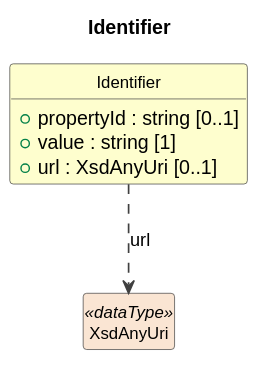
Above: cdif-uml-model/_plantuml/cdifCore/Classes/Identifier.svg in Cross-Domain-Interoperability-Framework/metadataBuildingBlocks (PlantUML), before the change. Its diagram source:
```plantuml
@startuml
title Identifier
hide circle
hide empty members
skinparam shadowing false
skinparam ArrowThickness 1.2
skinparam class {
  ArrowColor #404040
  BorderColor #404040
  FontSize 12
}

class "Identifier" as Identifier #FEFECE {
  +propertyId : string [0..1]
  +value : string [1]
  +url : XsdAnyUri [0..1]
}
class "XsdAnyUri" as XsdAnyUri <<dataType>> #FAE5D3
Identifier ..> XsdAnyUri : url
@enduml
```
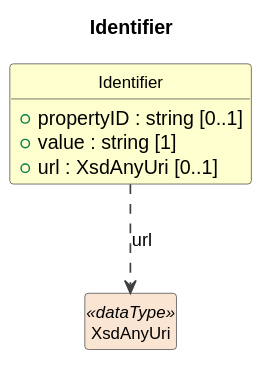
Above is the later version.

Change to the diagram source:
```diff
@@ -11,7 +11,7 @@
 }
 
 class "Identifier" as Identifier #FEFECE {
-  +propertyId : string [0..1]
+  +propertyID : string [0..1]
   +value : string [1]
   +url : XsdAnyUri [0..1]
 }
```
